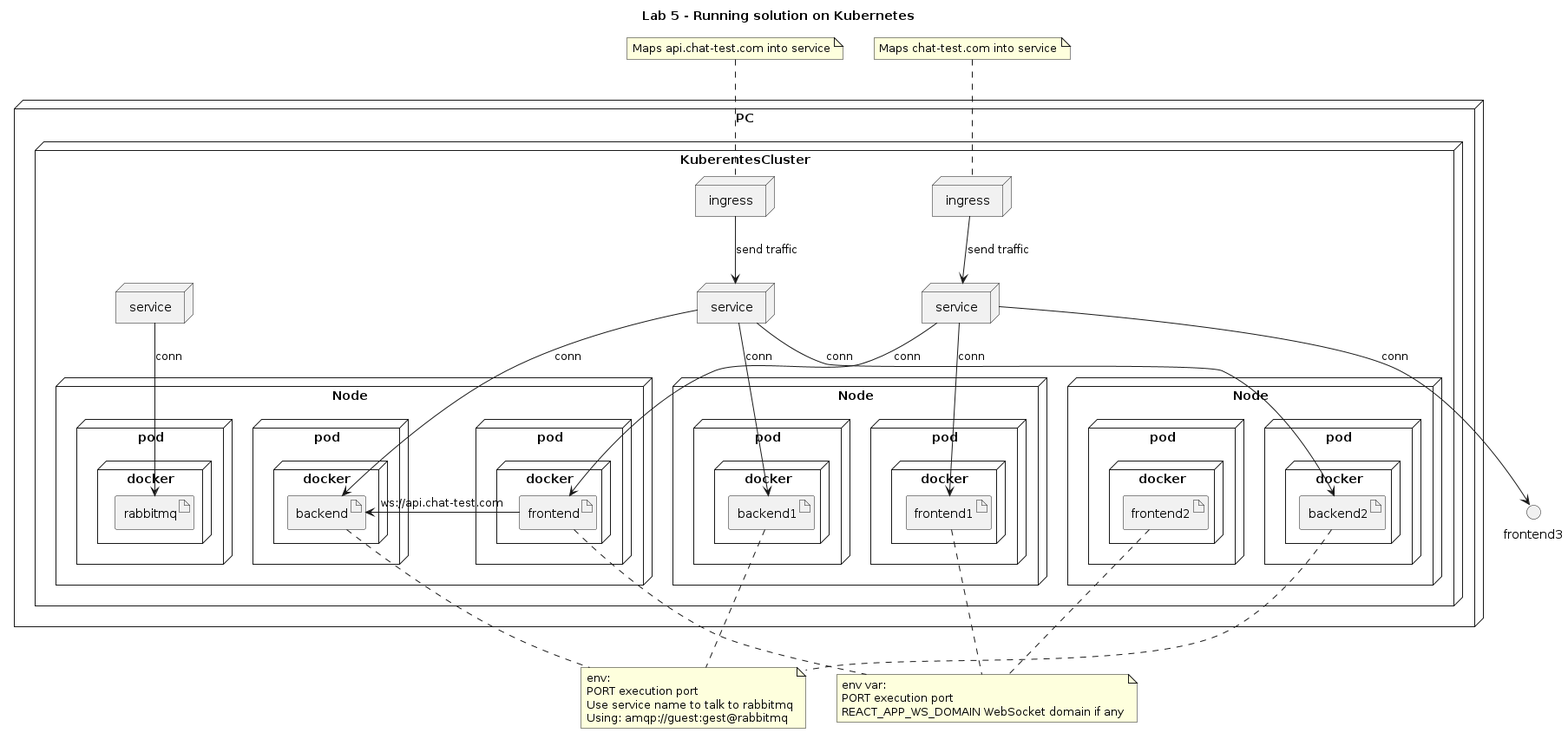
This is lab-5/lab-images/diagram-lab-2.png from eftech93/chat-test-lab, a PlantUML export, as it was before one commit.
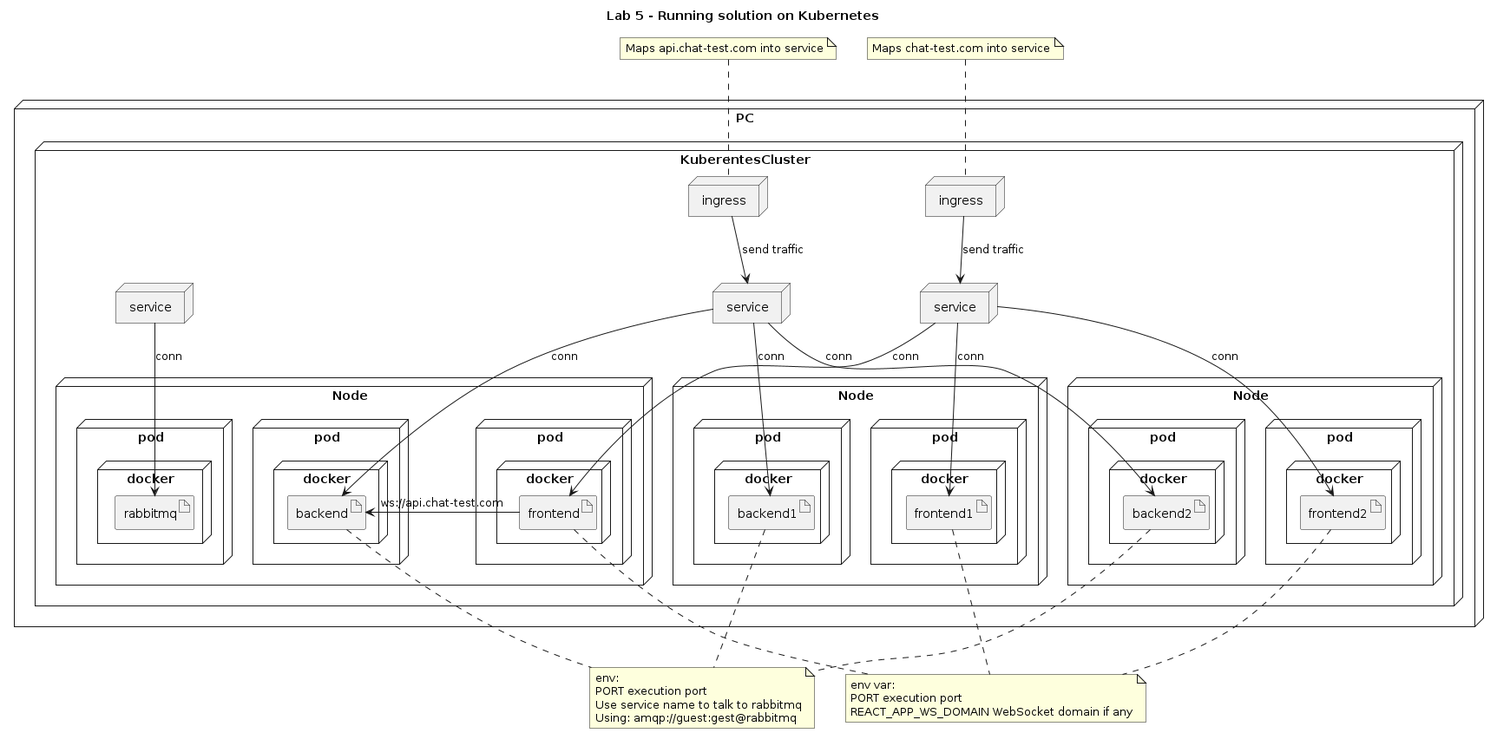
The same diagram one commit later.

What changed in the source:
```diff
@@ -73,7 +73,7 @@
 
 ServiceFrontend --> frontend:  conn
 ServiceFrontend --> frontend1:  conn
-ServiceFrontend --> frontend3:  conn
+ServiceFrontend --> frontend2:  conn
 
 ServiceBroker --> rabbitmq: conn
 
```
